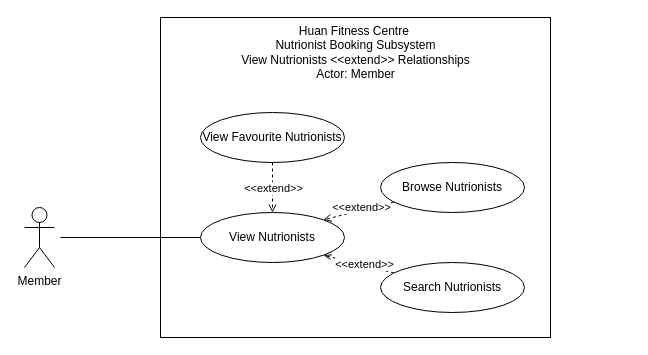
iZ86/DIT2153WD keeps this draw.io diagram as page "Nutrionist Extend Relationship" (15 of 17) of diagrams/Use Case Diagram.drawio. Above is the earlier version. Source tidied: cells renumbered, new cells numbered last; positions are measured from the earlier drawing's top-left corner, leaving out a move shared by most shapes. Both pictures are drawn from the tidied source at 100%, with x=0, y=0 at pixel (24, 17).
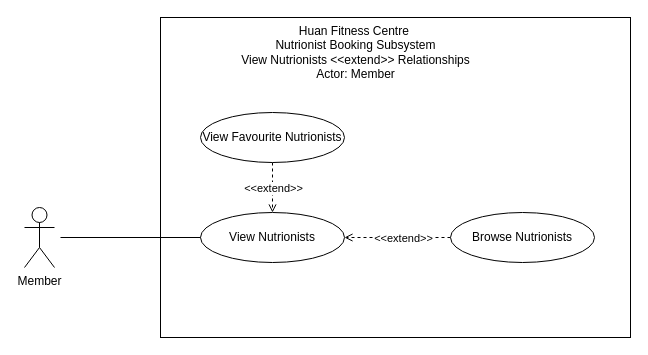
The same page after the edit.

Commit message:
Remove Search Nutrionists

Change to the diagram source:
```diff
@@
 <mxGraphModel>
   <root>
     <mxCell id="0" />
     <mxCell id="1" parent="0" />
     <mxCell id="2" style="rounded=0;whiteSpace=wrap;html=1;" parent="1" vertex="1">
-      <mxGeometry x="136" width="390" height="320" as="geometry" />
+      <mxGeometry x="136" width="470" height="320" as="geometry" />
     </mxCell>
     <mxCell id="3" value="View Nutrionists" style="ellipse;whiteSpace=wrap;html=1;" parent="1" vertex="1">
       <mxGeometry x="176" y="195" width="144" height="50" as="geometry" />
     </mxCell>
     <mxCell id="4" value="&lt;div&gt;Huan Fitness Centre&amp;nbsp;&lt;/div&gt;&lt;div&gt;Nutrionist Booking Subsystem&lt;/div&gt;&lt;div&gt;View Nutrionists &amp;lt;&amp;lt;extend&amp;gt;&amp;gt; Relationships&lt;/div&gt;&lt;div&gt;Actor: Member&lt;br&gt;&lt;/div&gt;" style="text;html=1;align=center;verticalAlign=middle;strokeColor=none;fillColor=none;" parent="1" vertex="1">
       <mxGeometry x="206" width="250" height="70" as="geometry" />
     </mxCell>
     <mxCell id="5" style="rounded=0;jettySize=auto;html=1;entryX=0;entryY=0.5;entryDx=0;entryDy=0;endArrow=none;endFill=0;" parent="1" edge="1" target="3">
       <mxGeometry relative="1" as="geometry">
         <mxPoint x="36" y="220" as="sourcePoint" />
       </mxGeometry>
     </mxCell>
     <mxCell id="6" value="Member" style="shape=umlActor;verticalLabelPosition=bottom;verticalAlign=top;html=1;" parent="1" vertex="1">
       <mxGeometry y="190" width="30" height="60" as="geometry" />
     </mxCell>
     <mxCell id="7" style="edgeStyle=orthogonalEdgeStyle;rounded=0;jettySize=auto;html=1;entryX=0.5;entryY=0;entryDx=0;entryDy=0;endArrow=open;endFill=0;dashed=1;" parent="1" edge="1" source="9" target="3">
       <mxGeometry relative="1" as="geometry" />
     </mxCell>
     <mxCell id="8" value="&amp;lt;&amp;lt;extend&amp;gt;&amp;gt;" style="edgeLabel;html=1;align=center;verticalAlign=middle;" parent="7" vertex="1">
       <mxGeometry x="-0.07" y="-1" relative="1" as="geometry">
         <mxPoint x="1" y="2" as="offset" />
       </mxGeometry>
     </mxCell>
     <mxCell id="9" value="View Favourite Nutrionists" style="ellipse;whiteSpace=wrap;html=1;" parent="1" vertex="1">
       <mxGeometry x="176" y="95" width="144" height="50" as="geometry" />
     </mxCell>
-    <mxCell id="10" style="rounded=0;jettySize=auto;html=1;entryX=1;entryY=0;entryDx=0;entryDy=0;dashed=1;endArrow=open;endFill=0;" parent="1" edge="1" source="12" target="3">
+    <mxCell id="10" style="rounded=0;jettySize=auto;html=1;entryX=1;entryY=0.5;entryDx=0;entryDy=0;dashed=1;endArrow=open;endFill=0;" parent="1" edge="1" source="12" target="3">
       <mxGeometry relative="1" as="geometry" />
     </mxCell>
     <mxCell id="11" value="&amp;lt;&amp;lt;extend&amp;gt;&amp;gt;" style="edgeLabel;html=1;align=center;verticalAlign=middle;" parent="10" vertex="1">
       <mxGeometry x="-0.1" y="-2" relative="1" as="geometry">
-        <mxPoint y="-1" as="offset" />
+        <mxPoint y="2" as="offset" />
       </mxGeometry>
     </mxCell>
     <mxCell id="12" value="Browse Nutrionists" style="ellipse;whiteSpace=wrap;html=1;" parent="1" vertex="1">
-      <mxGeometry x="356" y="145" width="144" height="50" as="geometry" />
+      <mxGeometry x="426" y="195" width="144" height="50" as="geometry" />
     </mxCell>
-    <mxCell id="13" style="rounded=0;jettySize=auto;html=1;entryX=1;entryY=1;entryDx=0;entryDy=0;endArrow=openThin;endFill=0;dashed=1;" parent="1" edge="1" source="15" target="3">
-      <mxGeometry relative="1" as="geometry" />
-    </mxCell>
-    <mxCell id="14" value="&amp;lt;&amp;lt;extend&amp;gt;&amp;gt;" style="edgeLabel;html=1;align=center;verticalAlign=middle;" parent="13" vertex="1">
-      <mxGeometry x="-0.15" y="-1" relative="1" as="geometry" />
-    </mxCell>
-    <mxCell id="15" value="Search Nutrionists" style="ellipse;whiteSpace=wrap;html=1;" parent="1" vertex="1">
-      <mxGeometry x="356" y="245" width="144" height="50" as="geometry" />
-    </mxCell>
   </root>
 </mxGraphModel>
```
